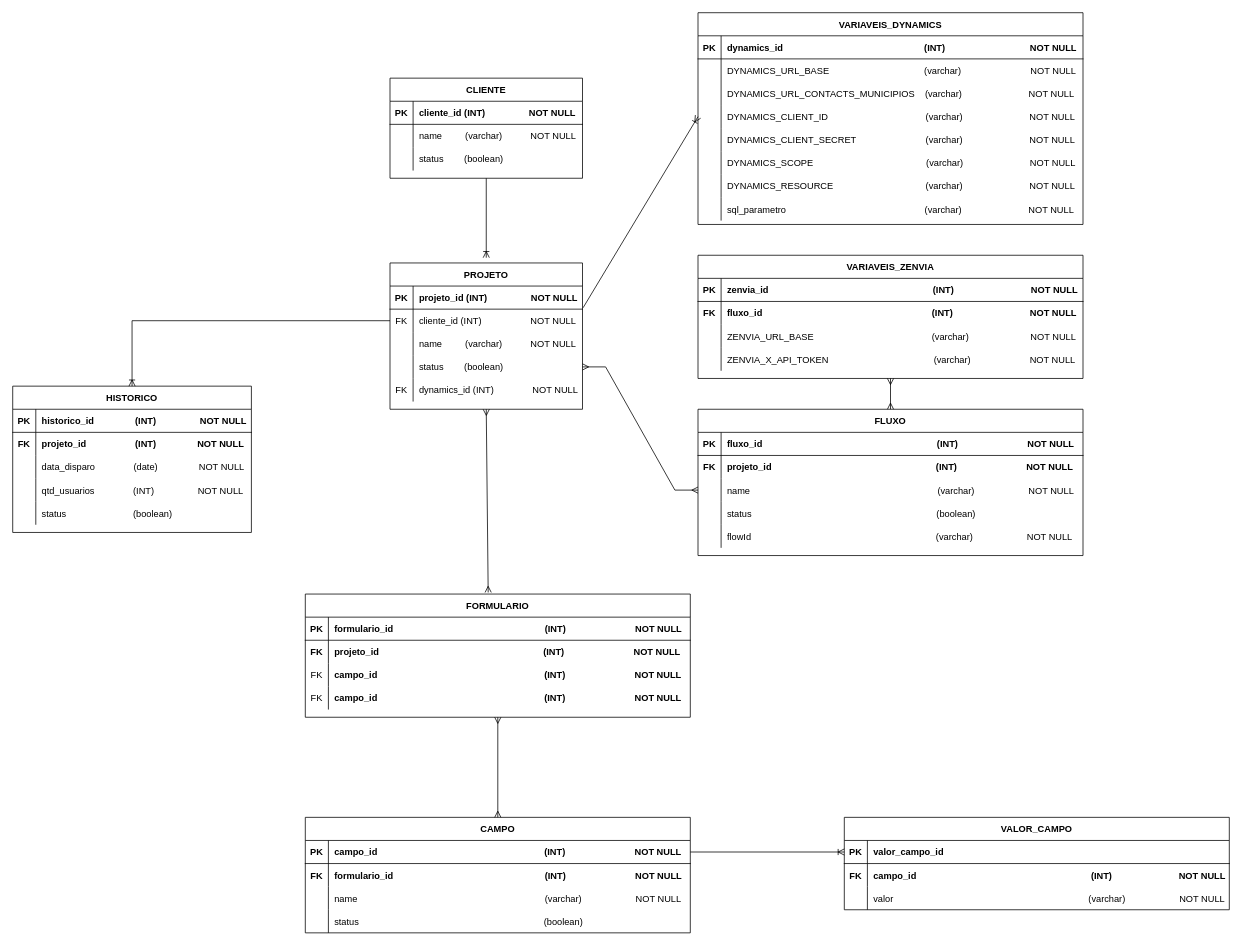
Before: documentation/architecture/DER-alertas.drawio in matheusMendes05/disparo-alertas-node-webapi, a draw.io diagram. Source tidied: cells renumbered, new cells numbered last; positions are measured from the earlier drawing's top-left corner, leaving out a move shared by most shapes. Both pictures are drawn from the tidied source at 77%, with x=0, y=0 at pixel (12, 12).
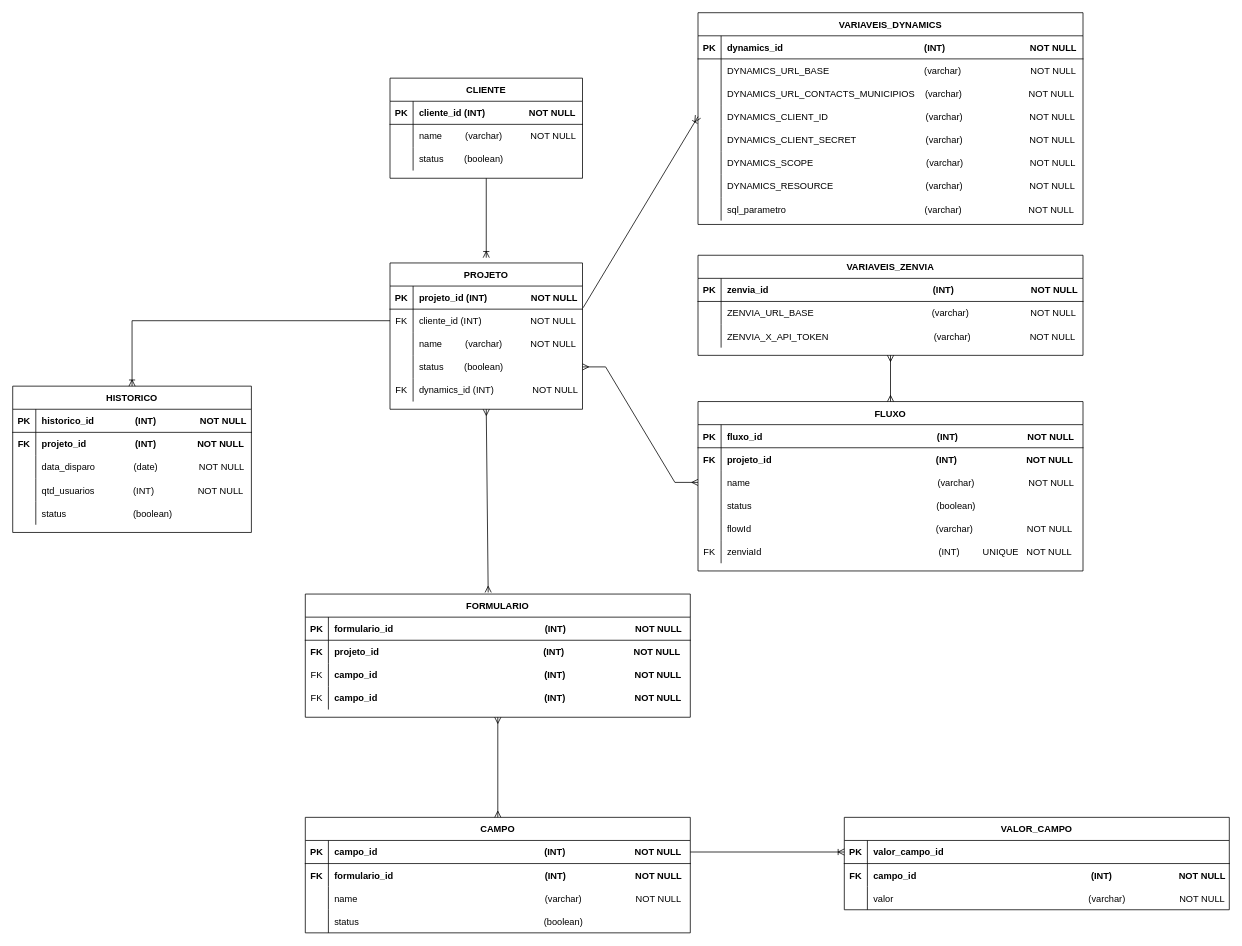
Above is the later version.

Change to the diagram source:
```diff
@@
     <mxCell id="37" value="VARIAVEIS_ZENVIA" style="shape=table;startSize=30;childLayout=tableLayout;rowLines=0;fontStyle=1;align=center;" parent="1" vertex="1">
-      <mxGeometry x="890" y="315" width="500" height="160" as="geometry" />
+      <mxGeometry x="890" y="315" width="500" height="130" as="geometry" />
     </mxCell>
@@
-    <mxCell id="41" style="shape=partialRectangle;fillColor=none;top=0;left=0;right=0;bottom=0;" parent="37" vertex="1">
-      <mxGeometry y="60" width="500" height="30" as="geometry" />
-    </mxCell>
-    <mxCell id="42" value="FK" style="shape=partialRectangle;overflow=hidden;fillColor=none;top=0;left=0;bottom=0;right=0;fontStyle=1;" parent="41" vertex="1">
-      <mxGeometry width="30" height="30" as="geometry" />
-    </mxCell>
-    <mxCell id="43" value="fluxo_id                                                                  (INT)                              NOT NULL" style="shape=partialRectangle;overflow=hidden;fillColor=none;top=0;left=0;bottom=0;right=0;align=left;spacingLeft=6;fontStyle=1;" parent="41" vertex="1">
-      <mxGeometry x="30" width="470" height="30" as="geometry" />
-    </mxCell>
     <mxCell id="44" style="shape=partialRectangle;fillColor=none;top=0;left=0;right=0;bottom=0;" parent="37" vertex="1">
-      <mxGeometry y="90" width="500" height="30" as="geometry" />
+      <mxGeometry y="60" width="500" height="30" as="geometry" />
     </mxCell>
@@
     <mxCell id="47" style="shape=partialRectangle;fillColor=none;top=0;left=0;right=0;bottom=0;" parent="37" vertex="1">
-      <mxGeometry y="120" width="500" height="30" as="geometry" />
+      <mxGeometry y="90" width="500" height="30" as="geometry" />
     </mxCell>
@@
     <mxCell id="50" value="FLUXO" style="shape=table;startSize=30;childLayout=tableLayout;rowLines=0;fontStyle=1;align=center;" parent="1" vertex="1">
-      <mxGeometry x="890" y="515" width="500" height="190" as="geometry" />
+      <mxGeometry x="890" y="505" width="500" height="220" as="geometry" />
     </mxCell>
@@
+    <mxCell id="142" style="shape=partialRectangle;fillColor=none;top=0;left=0;right=0;bottom=0;" parent="50" vertex="1">
+      <mxGeometry y="180" width="500" height="30" as="geometry" />
+    </mxCell>
+    <mxCell id="42" value="FK" style="shape=partialRectangle;overflow=hidden;fillColor=none;top=0;left=0;bottom=0;right=0;" parent="142" vertex="1">
+      <mxGeometry width="30" height="30" as="geometry" />
+    </mxCell>
+    <mxCell id="143" value="zenviaId                                                                     (INT)         UNIQUE   NOT NULL" style="shape=partialRectangle;overflow=hidden;fillColor=none;top=0;left=0;bottom=0;right=0;align=left;spacingLeft=6;" parent="142" vertex="1">
+      <mxGeometry x="30" width="470" height="30" as="geometry" />
+    </mxCell>
```
